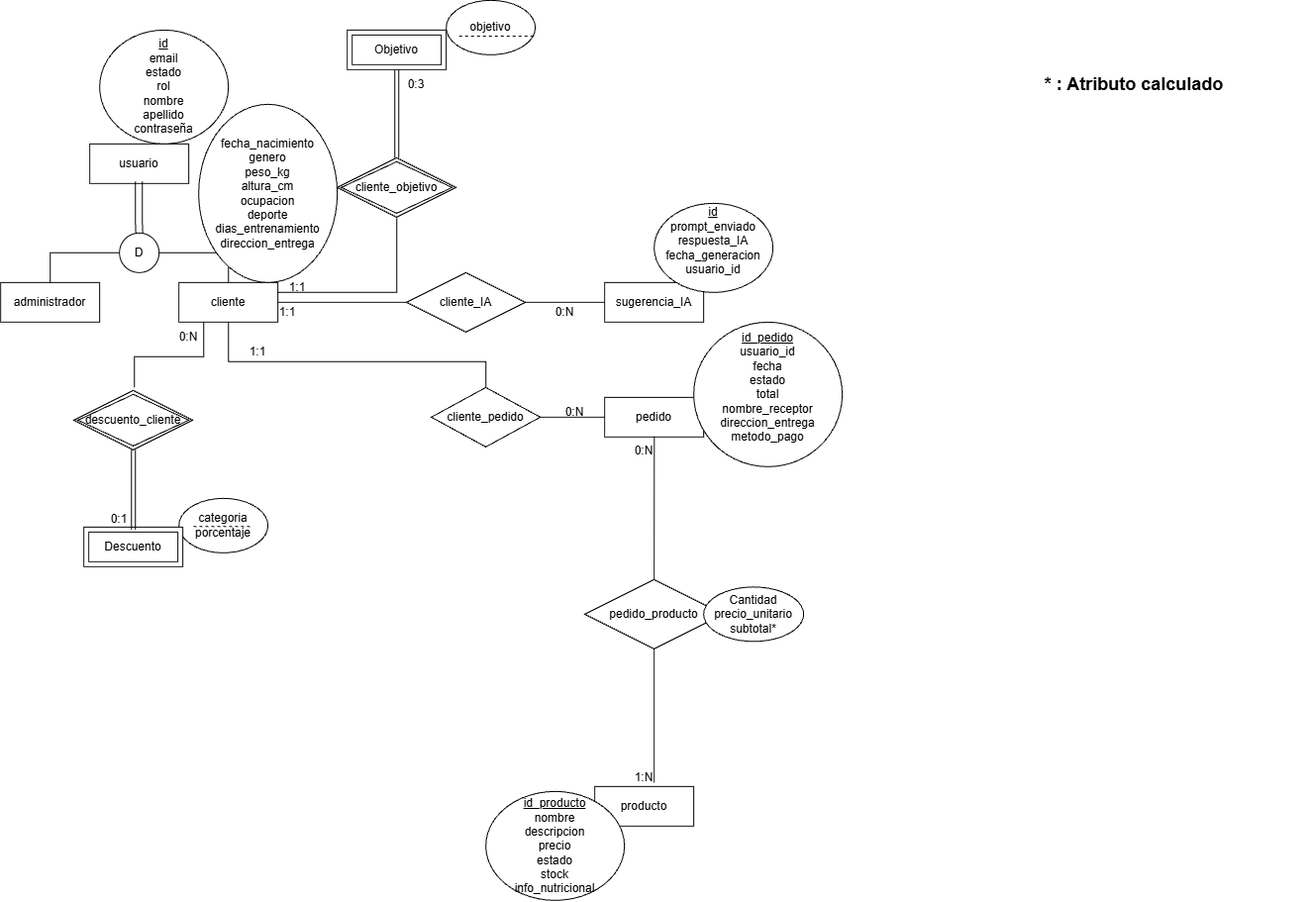
Before: docs/img/der.png, a diagram exported from draw.io (Juansuli/TP-JavaScript-SuplementosGym). Source tidied: cells renumbered, new cells last; positions are measured from the earlier drawing's top-left corner, leaving out a move shared by most shapes.
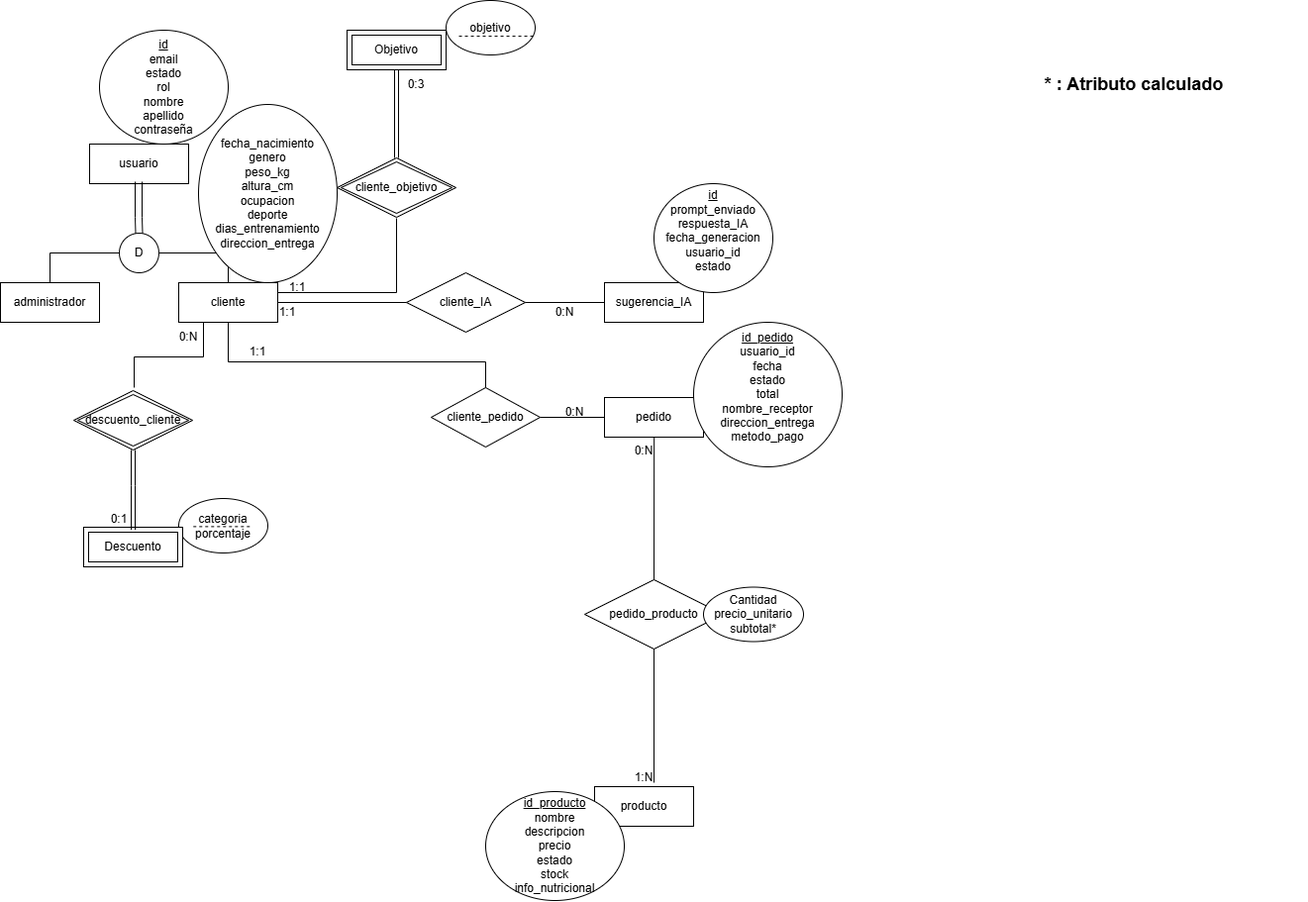
Above is the later version.

Commit message:
Actualizar el diagrama entidad-relación (der.png)

The edit, as a diff of the source:
```diff
@@ -46,8 +46,8 @@
     <mxCell id="13" value="producto" style="whiteSpace=wrap;html=1;align=center;" parent="1" vertex="1">
       <mxGeometry x="600" y="794" width="100" height="40" as="geometry" />
     </mxCell>
-    <mxCell id="14" value="&lt;div&gt;&lt;u&gt;id&lt;/u&gt;&lt;/div&gt;prompt_enviado&lt;div&gt;respuesta_IA&lt;/div&gt;&lt;div&gt;fecha_generacion&lt;/div&gt;&lt;div&gt;usuario_id&lt;/div&gt;&lt;div&gt;&lt;br&gt;&lt;/div&gt;" style="ellipse;whiteSpace=wrap;html=1;align=center;" parent="1" vertex="1">
-      <mxGeometry x="660" y="205" width="120" height="90" as="geometry" />
+    <mxCell id="14" value="&lt;div&gt;&lt;u&gt;id&lt;/u&gt;&lt;/div&gt;prompt_enviado&lt;div&gt;respuesta_IA&lt;/div&gt;&lt;div&gt;fecha_generacion&lt;/div&gt;&lt;div&gt;usuario_id&lt;/div&gt;&lt;div&gt;estado&lt;/div&gt;&lt;div&gt;&lt;br&gt;&lt;/div&gt;" style="ellipse;whiteSpace=wrap;html=1;align=center;" parent="1" vertex="1">
+      <mxGeometry x="660" y="185" width="120" height="110" as="geometry" />
     </mxCell>
     <mxCell id="15" value="&lt;u&gt;id_producto&lt;/u&gt;&lt;div&gt;nombre&lt;/div&gt;&lt;div&gt;descripcion&lt;/div&gt;&lt;div&gt;precio&lt;/div&gt;&lt;div&gt;estado&lt;/div&gt;&lt;div&gt;stock&lt;/div&gt;&lt;div&gt;info_nutricional&lt;/div&gt;" style="ellipse;whiteSpace=wrap;html=1;align=center;" parent="1" vertex="1">
       <mxGeometry x="490" y="799" width="140" height="110" as="geometry" />
```
